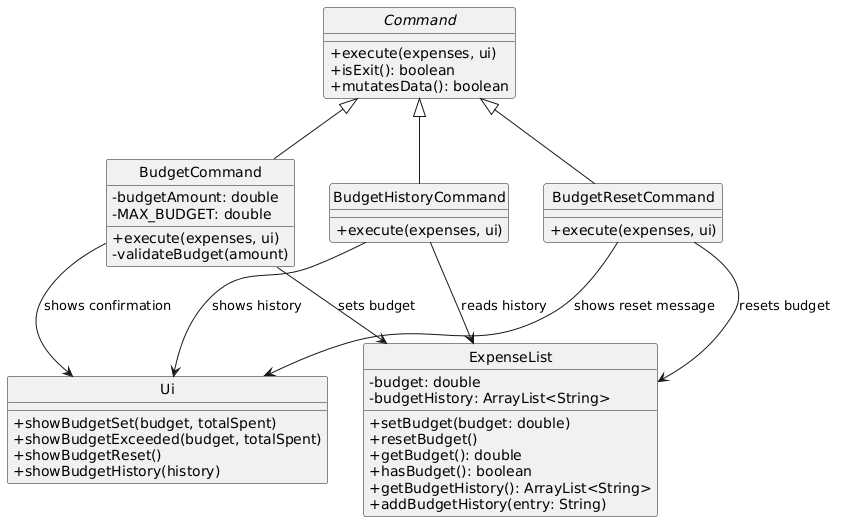
The PlantUML diagram docs/images/BudgetClassDiagram.png in AbhijitBalajee/tp, before a commit. Its diagram source:
```plantuml
@startuml
!define BGCOLOR white
skinparam backgroundColor BGCOLOR
skinparam classAttributeIconSize 0
hide circle

abstract class Command {
    + execute(expenses, ui)
    + isExit(): boolean
    + mutatesData(): boolean
}

class BudgetCommand {
    - budgetAmount: double
    - MAX_BUDGET: double
    + execute(expenses, ui)
    - validateBudget(amount)
}

class BudgetResetCommand {
    + execute(expenses, ui)
}

class BudgetHistoryCommand {
    + execute(expenses, ui)
}

class ExpenseList {
    - budget: double
    - budgetHistory: ArrayList<String>
    + setBudget(budget: double)
    + resetBudget()
    + getBudget(): double
    + hasBudget(): boolean
    + getBudgetHistory(): ArrayList<String>
    + addBudgetHistory(entry: String)
}

class Ui {
    + showBudgetSet(budget, totalSpent)
    + showBudgetExceeded(budget, totalSpent)
    + showBudgetReset()
    + showBudgetHistory(history)
}

Command <|-- BudgetCommand
Command <|-- BudgetResetCommand
Command <|-- BudgetHistoryCommand

BudgetCommand --> ExpenseList : sets budget
BudgetCommand --> Ui : shows confirmation
BudgetResetCommand --> ExpenseList : resets budget
BudgetResetCommand --> Ui : shows reset message
BudgetHistoryCommand --> ExpenseList : reads history
BudgetHistoryCommand --> Ui : shows history
@enduml
```
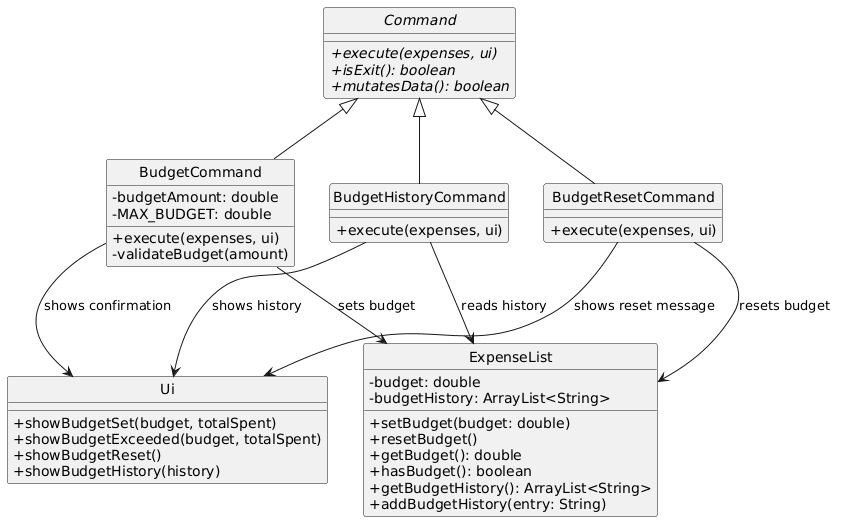
The same diagram one commit later.

Commit message:
fix: correct UML diagram notation errors in DG sequence and class diagrams

The edit, as a diff of the source:
```diff
@@ -1,13 +1,11 @@
 @startuml
-!define BGCOLOR white
-skinparam backgroundColor BGCOLOR
 skinparam classAttributeIconSize 0
 hide circle
 
 abstract class Command {
-    + execute(expenses, ui)
-    + isExit(): boolean
-    + mutatesData(): boolean
+    + execute(expenses, ui) {abstract}
+    + isExit(): boolean {abstract}
+    + mutatesData(): boolean {abstract}
 }
 
 class BudgetCommand {
```
